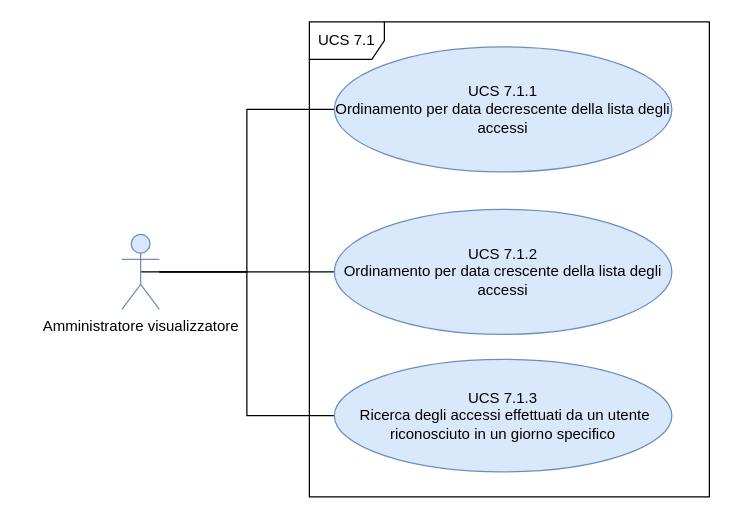
This is page "UCS7.1" (2 of 3) of DocumentazioneEsterna/AnalisiDeiRequisiti/Sezioni/UseCase/draw.io/UC SERVER/UCS7.drawio from qb-team/Stalker-Documentazione, a draw.io file, before an edit. Source tidied: cells renumbered, new cells numbered last; positions are measured from the earlier drawing's top-left corner, leaving out a move shared by most shapes. Both pictures are drawn from the tidied source at 125%, with x=0, y=0 at pixel (121, 21).
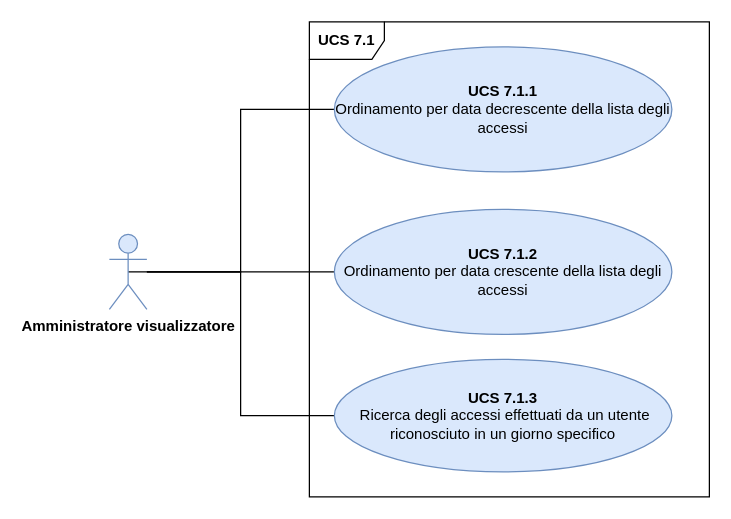
The same page after the edit.

Change to the diagram source:
```diff
@@
 <mxGraphModel>
   <root>
     <mxCell id="0" />
     <mxCell id="1" parent="0" />
-    <mxCell id="2" value="UCS 7.1" style="shape=umlFrame;whiteSpace=wrap;html=1;" parent="1" vertex="1">
+    <mxCell id="2" value="&lt;b&gt;UCS 7.1&lt;/b&gt;" style="shape=umlFrame;whiteSpace=wrap;html=1;" parent="1" vertex="1">
       <mxGeometry x="150" width="320" height="380" as="geometry" />
     </mxCell>
     <mxCell id="3" style="edgeStyle=orthogonalEdgeStyle;rounded=0;jettySize=auto;html=1;entryX=0;entryY=0.5;entryDx=0;entryDy=0;exitX=0.5;exitY=0.5;exitDx=0;exitDy=0;exitPerimeter=0;endArrow=none;endFill=0;" parent="1" edge="1" source="6" target="7">
       <mxGeometry relative="1" as="geometry" />
     </mxCell>
     <mxCell id="4" style="edgeStyle=orthogonalEdgeStyle;rounded=0;jettySize=auto;html=1;entryX=0;entryY=0.5;entryDx=0;entryDy=0;endArrow=none;endFill=0;" parent="1" edge="1" source="6" target="8">
       <mxGeometry relative="1" as="geometry" />
     </mxCell>
     <mxCell id="5" style="edgeStyle=orthogonalEdgeStyle;rounded=0;jettySize=auto;html=1;entryX=0;entryY=0.5;entryDx=0;entryDy=0;endArrow=none;endFill=0;" parent="1" edge="1" source="6" target="9">
       <mxGeometry relative="1" as="geometry" />
     </mxCell>
-    <mxCell id="6" value="Amministratore visualizzatore&lt;div style=&quot;line-height: 120%&quot;&gt;&lt;/div&gt;" style="shape=umlActor;verticalLabelPosition=bottom;labelBackgroundColor=#ffffff;verticalAlign=top;html=1;fillColor=#dae8fc;strokeColor=#6c8ebf;" parent="1" vertex="1">
-      <mxGeometry y="170" width="30" height="60" as="geometry" />
+    <mxCell id="6" value="&lt;b&gt;Amministratore visualizzatore&lt;/b&gt;&lt;div style=&quot;line-height: 120%&quot;&gt;&lt;/div&gt;" style="shape=umlActor;verticalLabelPosition=bottom;labelBackgroundColor=#ffffff;verticalAlign=top;html=1;fillColor=#dae8fc;strokeColor=#6c8ebf;" parent="1" vertex="1">
+      <mxGeometry x="-10" y="170" width="30" height="60" as="geometry" />
     </mxCell>
-    <mxCell id="7" value="UCS 7.1.1&lt;br&gt;Ordinamento per data decrescente della lista degli accessi" style="ellipse;whiteSpace=wrap;html=1;fillColor=#dae8fc;strokeColor=#6c8ebf;" parent="1" vertex="1">
+    <mxCell id="7" value="&lt;b&gt;UCS 7.1.1&lt;br&gt;&lt;/b&gt;Ordinamento per data decrescente della lista degli accessi" style="ellipse;whiteSpace=wrap;html=1;fillColor=#dae8fc;strokeColor=#6c8ebf;" parent="1" vertex="1">
       <mxGeometry x="170" y="20" width="270" height="100" as="geometry" />
     </mxCell>
-    <mxCell id="8" value="UCS 7.1.2&lt;br&gt;Ordinamento per data crescente della lista degli accessi" style="ellipse;whiteSpace=wrap;html=1;fillColor=#dae8fc;strokeColor=#6c8ebf;" parent="1" vertex="1">
+    <mxCell id="8" value="&lt;b&gt;UCS 7.1.2&lt;br&gt;&lt;/b&gt;Ordinamento per data crescente della lista degli accessi" style="ellipse;whiteSpace=wrap;html=1;fillColor=#dae8fc;strokeColor=#6c8ebf;" parent="1" vertex="1">
       <mxGeometry x="170" y="150" width="270" height="100" as="geometry" />
     </mxCell>
-    <mxCell id="9" value="UCS 7.1.3&lt;br&gt;&amp;nbsp;Ricerca degli accessi effettuati da un utente riconosciuto in un giorno specifico" style="ellipse;whiteSpace=wrap;html=1;fillColor=#dae8fc;strokeColor=#6c8ebf;" parent="1" vertex="1">
+    <mxCell id="9" value="&lt;b&gt;UCS 7.1.3&lt;br&gt;&lt;/b&gt;&amp;nbsp;Ricerca degli accessi effettuati da un utente riconosciuto in un giorno specifico" style="ellipse;whiteSpace=wrap;html=1;fillColor=#dae8fc;strokeColor=#6c8ebf;" parent="1" vertex="1">
       <mxGeometry x="170" y="270" width="270" height="90" as="geometry" />
     </mxCell>
   </root>
 </mxGraphModel>
```
